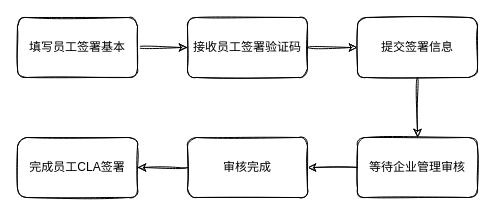
Above: 员工签署流程.drawio in weijiang1994/draw-io (draw.io), before the change. Source tidied: cells renumbered, new cells numbered last; positions are measured from the earlier drawing's top-left corner, leaving out a move shared by most shapes. Both pictures are drawn from the tidied source at 100%, with x=0, y=0 at pixel (17, 17).
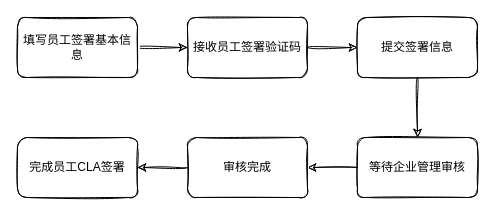
After the change.

Commit message:
更新员工签署流程.drawio

Change to the diagram source:
```diff
@@
 <mxGraphModel>
   <root>
     <mxCell id="0" />
     <mxCell id="1" parent="0" />
     <mxCell id="2" style="edgeStyle=orthogonalEdgeStyle;rounded=1;jettySize=auto;html=1;exitX=1;exitY=0.5;exitDx=0;exitDy=0;entryX=0;entryY=0.5;entryDx=0;entryDy=0;sketch=1;curved=1;" parent="1" edge="1" source="3" target="5">
       <mxGeometry relative="1" as="geometry" />
     </mxCell>
-    <mxCell id="3" value="填写员工签署基本" style="rounded=1;whiteSpace=wrap;html=1;sketch=1;" parent="1" vertex="1">
+    <mxCell id="3" value="填写员工签署基本信息" style="rounded=1;whiteSpace=wrap;html=1;sketch=1;" parent="1" vertex="1">
       <mxGeometry width="120" height="60" as="geometry" />
     </mxCell>
     <mxCell id="4" style="edgeStyle=orthogonalEdgeStyle;rounded=1;jettySize=auto;html=1;exitX=1;exitY=0.5;exitDx=0;exitDy=0;entryX=0;entryY=0.5;entryDx=0;entryDy=0;sketch=1;curved=1;" parent="1" edge="1" source="5" target="7">
       <mxGeometry relative="1" as="geometry" />
     </mxCell>
     <mxCell id="5" value="接收员工签署验证码" style="rounded=1;whiteSpace=wrap;html=1;sketch=1;align=center;" parent="1" vertex="1">
       <mxGeometry x="170" width="120" height="60" as="geometry" />
     </mxCell>
     <mxCell id="6" style="edgeStyle=orthogonalEdgeStyle;rounded=1;jettySize=auto;html=1;exitX=0.5;exitY=1;exitDx=0;exitDy=0;entryX=0.5;entryY=0;entryDx=0;entryDy=0;sketch=1;curved=1;" parent="1" edge="1" source="7" target="9">
       <mxGeometry relative="1" as="geometry" />
     </mxCell>
     <mxCell id="7" value="提交签署信息" style="rounded=1;whiteSpace=wrap;html=1;sketch=1;" parent="1" vertex="1">
       <mxGeometry x="340" width="120" height="60" as="geometry" />
     </mxCell>
     <mxCell id="8" style="edgeStyle=orthogonalEdgeStyle;rounded=1;jettySize=auto;html=1;exitX=0;exitY=0.5;exitDx=0;exitDy=0;entryX=1;entryY=0.5;entryDx=0;entryDy=0;sketch=1;curved=1;" parent="1" edge="1" source="9" target="11">
       <mxGeometry relative="1" as="geometry" />
     </mxCell>
     <mxCell id="9" value="等待企业管理审核" style="rounded=1;whiteSpace=wrap;html=1;sketch=1;labelBackgroundColor=default;" parent="1" vertex="1">
       <mxGeometry x="340" y="120" width="120" height="60" as="geometry" />
     </mxCell>
     <mxCell id="10" style="edgeStyle=orthogonalEdgeStyle;rounded=1;jettySize=auto;html=1;exitX=0;exitY=0.5;exitDx=0;exitDy=0;entryX=1;entryY=0.5;entryDx=0;entryDy=0;sketch=1;curved=1;" parent="1" edge="1" source="11" target="12">
       <mxGeometry relative="1" as="geometry" />
     </mxCell>
     <mxCell id="11" value="审核完成" style="rounded=1;whiteSpace=wrap;html=1;sketch=1;" parent="1" vertex="1">
       <mxGeometry x="170" y="120" width="120" height="60" as="geometry" />
     </mxCell>
     <mxCell id="12" value="完成员工CLA签署" style="rounded=1;whiteSpace=wrap;html=1;sketch=1;" parent="1" vertex="1">
       <mxGeometry y="120" width="120" height="60" as="geometry" />
     </mxCell>
   </root>
 </mxGraphModel>
```
